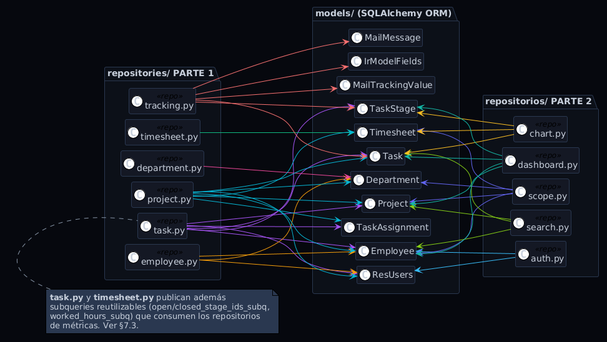
The PlantUML diagram Estudiantes/cesar-garcia-eguiguren/Capítulo-3/imagenes/diseño/repositorios-modelos.png in ceesargaarcia/GII-TFG-2026, before a commit. The source it was exported from:
```plantuml
@startuml
!theme plain
hide empty members
left to right direction

skinparam backgroundColor #07090f
skinparam classBackgroundColor #141824
skinparam classBorderColor #2a3850
skinparam packageBackgroundColor #0d1018
skinparam packageBorderColor #2a3850
skinparam defaultFontColor #c8d0dc
skinparam arrowColor #8896a8
skinparam shadowing false
skinparam nodesep 10
skinparam NoteBackgroundColor #2a3850
skinparam ranksep 70

package "repositories/ PARTE 1" {
  class "task.py"        as T  <<repo>>
  class "timesheet.py"   as TS <<repo>>
  class "employee.py"    as E  <<repo>>
  class "department.py"  as D  <<repo>>
  class "project.py"     as P  <<repo>>
  class "tracking.py"    as TR <<repo>>
}

package "repositorios/ PARTE 2"{
  class "chart.py"       as C  <<repo>>
  class "dashboard.py"   as DB <<repo>>
  class "scope.py"       as S  <<repo>>
  class "auth.py"        as A  <<repo>>
  class "search.py"      as SE <<repo>>
}

package "models/ (SQLAlchemy ORM)" {
  class Task
  class TaskStage
  class TaskAssignment
  class Employee
  class ResUsers
  class Department
  class Project
  class Timesheet
  class MailMessage
  class MailTrackingValue
  class IrModelFields
}

Employee <-[#38bdf8]- A
ResUsers <-[#38bdf8]- A

T  -[#a855f7]-> Task
T  -[#a855f7]-> TaskStage
T  -[#a855f7]-> TaskAssignment
T  -[#a855f7]-> Project
T  -[#a855f7]-> Employee
T  -[#a855f7]-> ResUsers

TS -[#10b981]-> Timesheet

E  -[#f59e0b]-> Employee
E  -[#f59e0b]-> Department
E  -[#f59e0b]-> ResUsers

D  -[#ec4899]-> Department

P  -[#06b6d4]-> Project
P  -[#06b6d4]-> Task
P  -[#06b6d4]-> Employee
P  -[#06b6d4]-> Timesheet
P  -[#06b6d4]-> TaskAssignment
P  -[#06b6d4]-> ResUsers
P  -[#06b6d4]-> Department

Employee <-[#6366f1]- S
Department <-[#6366f1]- S
Project <-[#6366f1]- S
Timesheet <-[#6366f1]- S

Task <-[#84cc16]- SE
Project <-[#84cc16]- SE
Employee <-[#84cc16]- SE

Task <-[#fbbf24]- C
TaskStage <-[#fbbf24]- C
Timesheet <-[#fbbf24]- C

Task <-[#14b8a6]- DB
TaskStage <-[#14b8a6]- DB
Project <-[#14b8a6]- DB
Employee <-[#14b8a6]- DB

TR -[#f87171]-> MailMessage
TR -[#f87171]-> MailTrackingValue
TR -[#f87171]-> IrModelFields
TR -[#f87171]-> Task
TR -[#f87171]-> TaskStage

note top of T
  **task.py** y **timesheet.py** publican además
  subqueries reutilizables (open/closed_stage_ids_subq,
  worked_hours_subq) que consumen los repositorios
  de métricas. Ver §7.3.
end note
@enduml
```
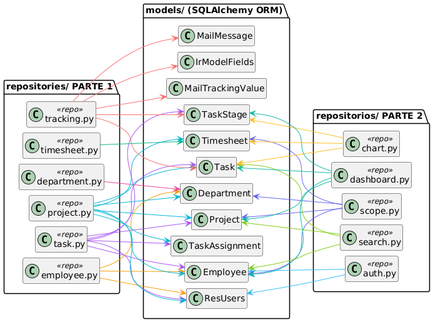
Later version of the same file.

Change to the diagram source:
```diff
@@ -1,18 +1,7 @@
 @startuml
-!theme plain
 hide empty members
 left to right direction
-
-skinparam backgroundColor #07090f
-skinparam classBackgroundColor #141824
-skinparam classBorderColor #2a3850
-skinparam packageBackgroundColor #0d1018
-skinparam packageBorderColor #2a3850
-skinparam defaultFontColor #c8d0dc
-skinparam arrowColor #8896a8
-skinparam shadowing false
 skinparam nodesep 10
-skinparam NoteBackgroundColor #2a3850
 skinparam ranksep 70
 
 package "repositories/ PARTE 1" {
@@ -95,11 +84,4 @@
 TR -[#f87171]-> IrModelFields
 TR -[#f87171]-> Task
 TR -[#f87171]-> TaskStage
-
-note top of T
-  **task.py** y **timesheet.py** publican además
-  subqueries reutilizables (open/closed_stage_ids_subq,
-  worked_hours_subq) que consumen los repositorios
-  de métricas. Ver §7.3.
-end note
 @enduml
```
